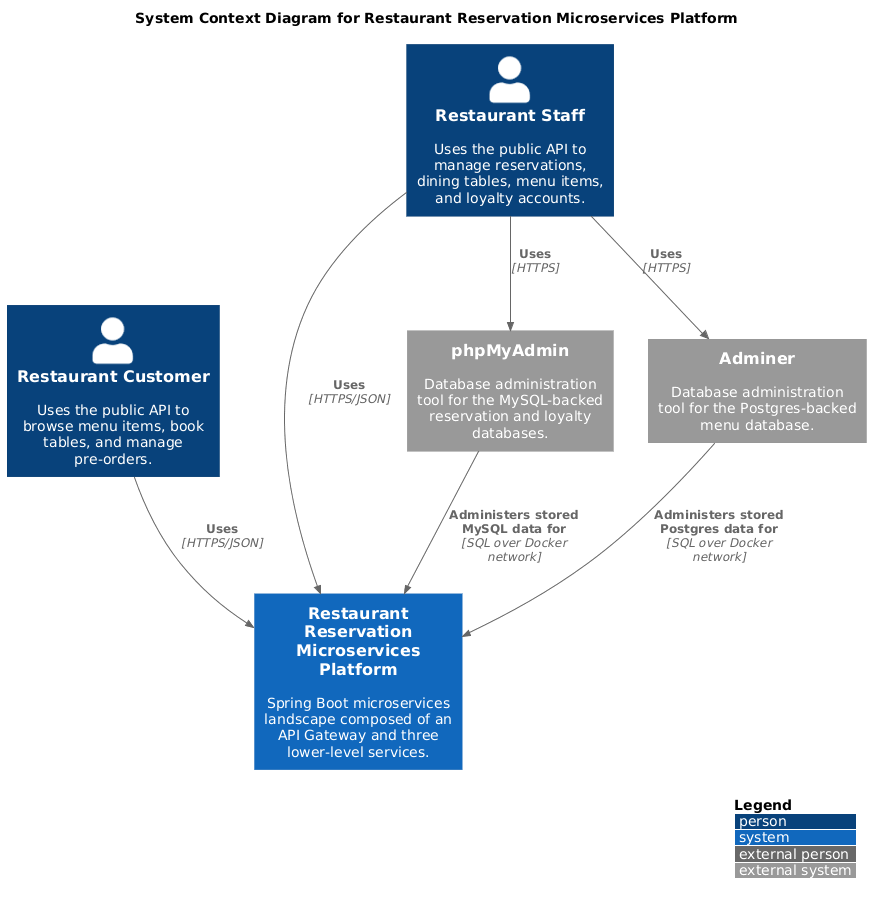
This is diagrams/C4_Level1_context.png from Gvxng/restaurant-reservation, a PlantUML export, as it was before one commit.
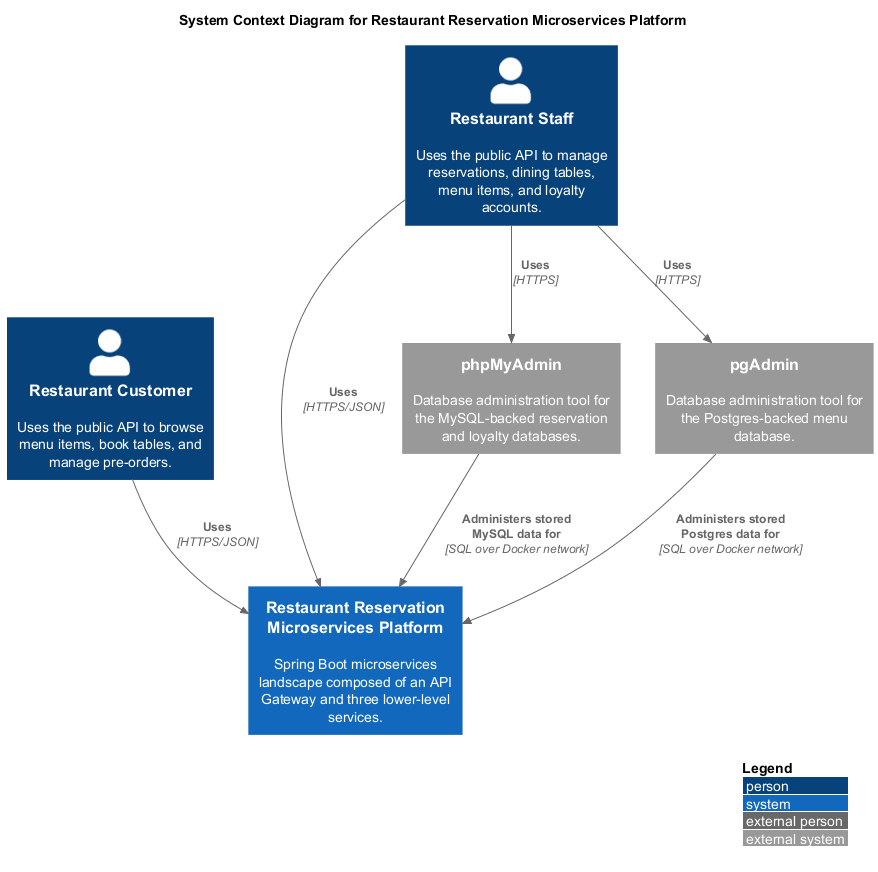
After the change.

The edit, as a diff of the source:
```diff
@@ -10,12 +10,13 @@
 System(restaurant_platform, "Restaurant Reservation Microservices Platform", "Spring Boot microservices landscape composed of an API Gateway and three lower-level services.")
 
 System_Ext(mysql_admin, "phpMyAdmin", "Database administration tool for the MySQL-backed reservation and loyalty databases.")
-System_Ext(adminer, "Adminer", "Database administration tool for the Postgres-backed menu database.")
+System_Ext(pgadmin, "pgAdmin", "Database administration tool for the Postgres-backed menu database.")
 
 Rel(customer, restaurant_platform, "Uses", "HTTPS/JSON")
 Rel(staff, restaurant_platform, "Uses", "HTTPS/JSON")
 Rel(staff, mysql_admin, "Uses", "HTTPS")
-Rel(staff, adminer, "Uses", "HTTPS")
+Rel(staff, pgadmin, "Uses", "HTTPS")
 Rel(mysql_admin, restaurant_platform, "Administers stored MySQL data for", "SQL over Docker network")
-Rel(adminer, restaurant_platform, "Administers stored Postgres data for", "SQL over Docker network")
+Rel(pgadmin, restaurant_platform, "Administers stored Postgres data for", "SQL over Docker network")
+
 @enduml
```
